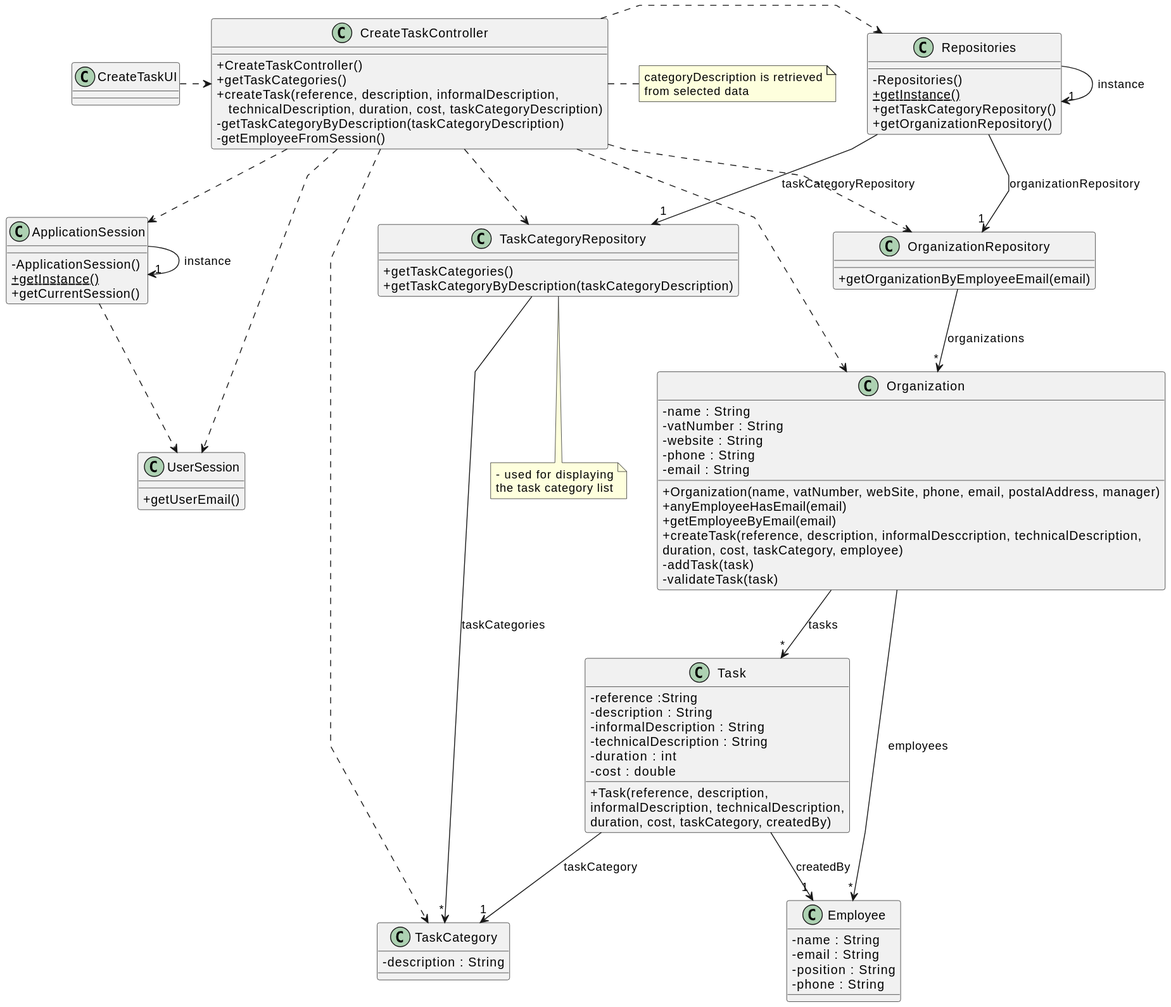
Before: docsFinais/US001/03.design/svg/US001-CD.svg, a diagram exported from PlantUML (1240935/pi2-railway-simulator). Source of this version:
```plantuml
@startuml
skinparam packageStyle rectangle
skinparam shadowing false
skinparam linetype polyline

skinparam classAttributeIconSize 0


class ApplicationSession
{
    - ApplicationSession()
    + {static} getInstance()
    + getCurrentSession()
}

class UserSession
{
    + getUserEmail()
}

class Employee {
    - name : String
    - email : String
    - position : String
    - phone : String
}

class Task {
    - reference :String
    - description : String
    - informalDescription : String
    - technicalDescription : String
    - duration : int
    - cost : double

    + Task(reference, description,\ninformalDescription, technicalDescription,\nduration, cost, taskCategory, createdBy)
}

class TaskCategory {
    - description : String
}

class Organization {
    - name : String
    - vatNumber : String
    - website : String
    - phone : String
    - email : String

    + Organization(name, vatNumber, webSite, phone, email, postalAddress, manager)
    + anyEmployeeHasEmail(email)
    + getEmployeeByEmail(email)
    + createTask(reference, description, informalDesccription, technicalDescription, \nduration, cost, taskCategory, employee)
    - addTask(task)
    - validateTask(task)
}

class TaskCategoryRepository {
    + getTaskCategories()
    + getTaskCategoryByDescription(taskCategoryDescription)
}

class OrganizationRepository {
    + getOrganizationByEmployeeEmail(email)
}

class Repositories {
    - Repositories()
    + {static} getInstance()
    + getTaskCategoryRepository()
    + getOrganizationRepository()
}

class CreateTaskController {
    + CreateTaskController()
    + getTaskCategories()
    + createTask(reference, description, informalDescription, \n   technicalDescription, duration, cost, taskCategoryDescription)
    - getTaskCategoryByDescription(taskCategoryDescription)
    - getEmployeeFromSession()
}

note right of CreateTaskController
    categoryDescription is retrieved
    from selected data
end note

note bottom of TaskCategoryRepository
    - used for displaying
    the task category list
end note

class CreateTaskUI {
}

CreateTaskUI .> CreateTaskController

CreateTaskController ..> ApplicationSession
CreateTaskController ..> UserSession
CreateTaskController ..> TaskCategory
CreateTaskController ..> TaskCategoryRepository
CreateTaskController ..> Organization
CreateTaskController ..> OrganizationRepository
CreateTaskController .> Repositories

Repositories -> "1" Repositories : instance
Repositories --> "1" OrganizationRepository : organizationRepository
Repositories -> "1" TaskCategoryRepository : taskCategoryRepository

ApplicationSession -> "1" ApplicationSession : instance
ApplicationSession ..> UserSession

TaskCategoryRepository --> "*" TaskCategory : taskCategories

OrganizationRepository --> "*" Organization : organizations

Organization --> "*" Task : tasks
Organization --> "*" Employee : employees

Task --> "1" TaskCategory : taskCategory
Task --> "1" Employee : createdBy
@enduml
```
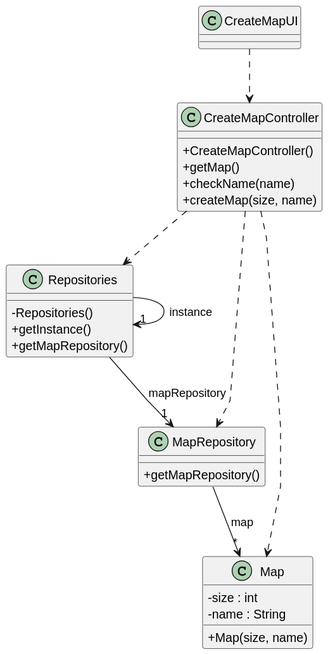
After the change.

What changed in the source:
```diff
@@ -6,116 +6,40 @@
 skinparam classAttributeIconSize 0
 
 
-class ApplicationSession
-{
-    - ApplicationSession()
-    + {static} getInstance()
-    + getCurrentSession()
+
+class CreateMapUI {
+
 }
 
-class UserSession
-{
-    + getUserEmail()
+class CreateMapController {
+  +CreateMapController()
+  +getMap()
+  +checkName(name)
+  +createMap(size, name)
 }
 
-class Employee {
-    - name : String
-    - email : String
-    - position : String
-    - phone : String
-}
-
-class Task {
-    - reference :String
-    - description : String
-    - informalDescription : String
-    - technicalDescription : String
-    - duration : int
-    - cost : double
-
-    + Task(reference, description,\ninformalDescription, technicalDescription,\nduration, cost, taskCategory, createdBy)
-}
-
-class TaskCategory {
-    - description : String
-}
-
-class Organization {
-    - name : String
-    - vatNumber : String
-    - website : String
-    - phone : String
-    - email : String
-
-    + Organization(name, vatNumber, webSite, phone, email, postalAddress, manager)
-    + anyEmployeeHasEmail(email)
-    + getEmployeeByEmail(email)
-    + createTask(reference, description, informalDesccription, technicalDescription, \nduration, cost, taskCategory, employee)
-    - addTask(task)
-    - validateTask(task)
-}
-
-class TaskCategoryRepository {
-    + getTaskCategories()
-    + getTaskCategoryByDescription(taskCategoryDescription)
-}
-
-class OrganizationRepository {
-    + getOrganizationByEmployeeEmail(email)
+class MapRepository {
+   +getMapRepository()
 }
 
 class Repositories {
     - Repositories()
-    + {static} getInstance()
-    + getTaskCategoryRepository()
-    + getOrganizationRepository()
+    + getInstance()
+    + getMapRepository()
 }
 
-class CreateTaskController {
-    + CreateTaskController()
-    + getTaskCategories()
-    + createTask(reference, description, informalDescription, \n   technicalDescription, duration, cost, taskCategoryDescription)
-    - getTaskCategoryByDescription(taskCategoryDescription)
-    - getEmployeeFromSession()
+class Map {
+  - size : int
+  - name : String
+  + Map(size, name)
+
 }
 
-note right of CreateTaskController
-    categoryDescription is retrieved
-    from selected data
-end note
-
-note bottom of TaskCategoryRepository
-    - used for displaying
-    the task category list
-end note
-
-class CreateTaskUI {
-}
-
-CreateTaskUI .> CreateTaskController
-
-CreateTaskController ..> ApplicationSession
-CreateTaskController ..> UserSession
-CreateTaskController ..> TaskCategory
-CreateTaskController ..> TaskCategoryRepository
-CreateTaskController ..> Organization
-CreateTaskController ..> OrganizationRepository
-CreateTaskController .> Repositories
-
+CreateMapUI ..> CreateMapController
+CreateMapController ..> Repositories
+CreateMapController ..> MapRepository
+CreateMapController ..> Map
+MapRepository --> "*" Map : map
+Repositories --> "1" MapRepository : mapRepository
 Repositories -> "1" Repositories : instance
-Repositories --> "1" OrganizationRepository : organizationRepository
-Repositories -> "1" TaskCategoryRepository : taskCategoryRepository
-
-ApplicationSession -> "1" ApplicationSession : instance
-ApplicationSession ..> UserSession
-
-TaskCategoryRepository --> "*" TaskCategory : taskCategories
-
-OrganizationRepository --> "*" Organization : organizations
-
-Organization --> "*" Task : tasks
-Organization --> "*" Employee : employees
-
-Task --> "1" TaskCategory : taskCategory
-Task --> "1" Employee : createdBy
 @enduml
```
